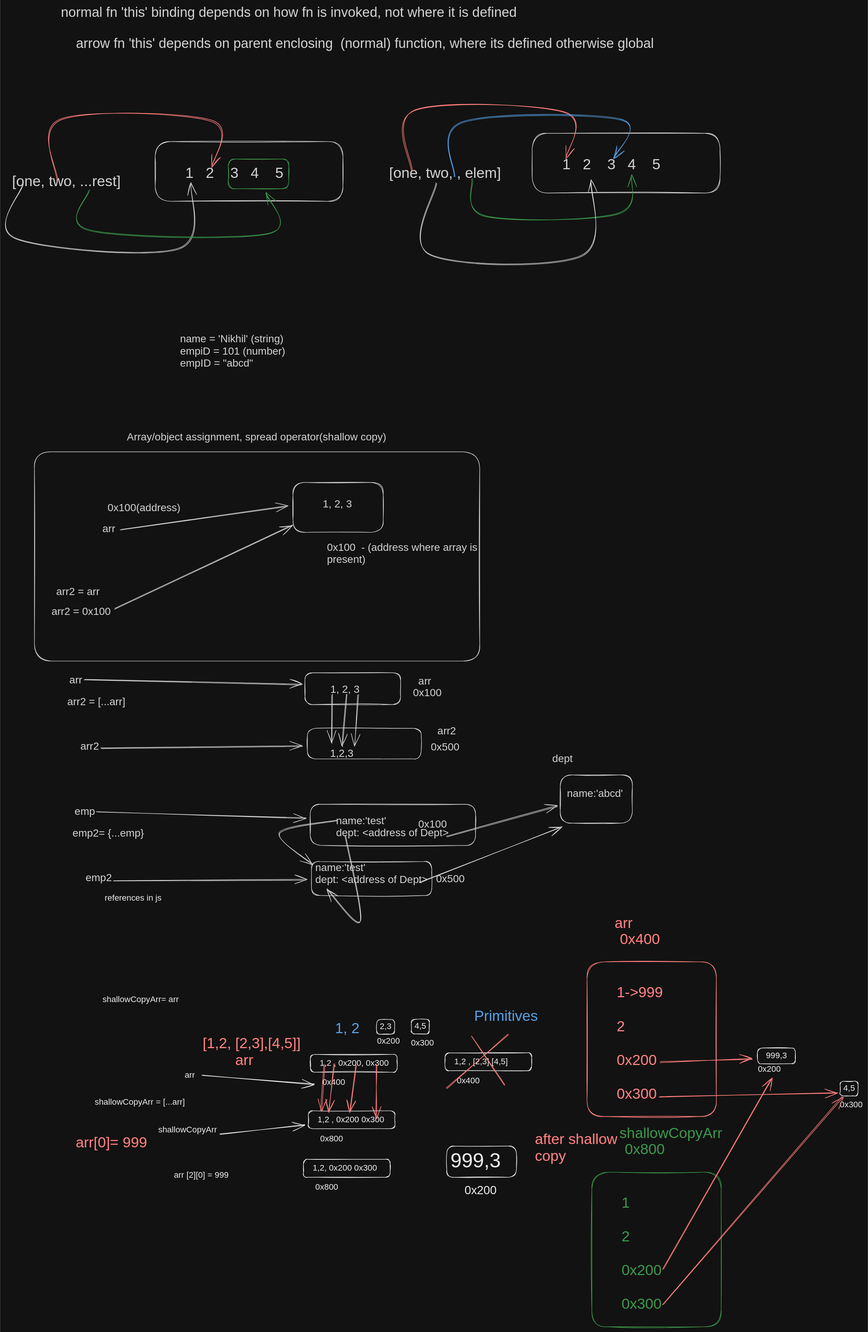
Before: notes/Day-6 refrences, shallow vs deep copy.svg, a diagram exported from Excalidraw (nikhilsharma2407/batch-65). Source tidied: one line per element, renumbered; positions are measured from the earlier drawing's top-left corner, leaving out a move shared by most shapes.
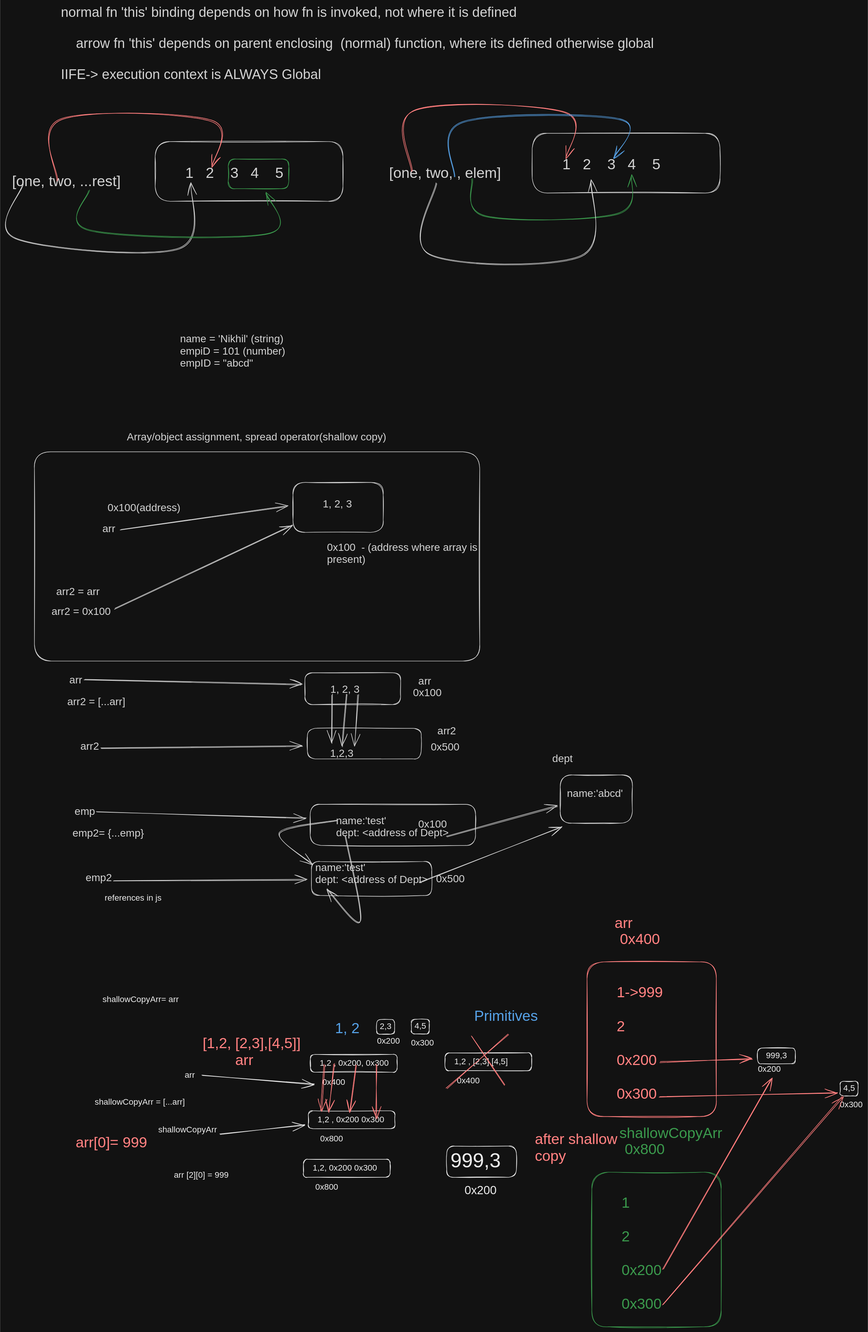
Later version of the same file.

Commit message:
binding in depth, Intro to ES6 classes, Implemeting cloneDeep and flatten nested array

What changed in the source:
```diff
@@ -114,6 +114,6 @@
 {"id": 113, "type": "arrow", "strokeColor": "#e03131", "strokeWidth": 1, "roughness": 1, "endArrowhead": "arrow", "round": true, "from": 108, "to": 29, "x": 1240, "y": 2479, "width": 343, "height": 398, "points": [[0, 0], [343, -398]]}
 {"id": 114, "type": "arrow", "strokeColor": "#e03131", "strokeWidth": 1, "roughness": 1, "endArrowhead": "arrow", "round": true, "to": 29, "x": 1234, "y": 2083, "width": 339, "height": 8, "points": [[0, 0], [339, -8]]}
 {"id": 115, "type": "text", "text": "after shallow\ncopy", "strokeColor": "#e03131", "strokeWidth": 1, "roughness": 1, "fontSize": 28, "fontFamily": 2, "x": 997, "y": 2149, "width": 157, "height": 64}
-{"id": 116, "type": "text", "text": "normal fn 'this' binding depends on how fn is invoked, not where it is defined\n\n    arrow fn 'this' depends on parent enclosing  (normal) function, where its defined otherwise global\n", "strokeColor": "#1e1e1e", "backgroundColor": "#ffffff", "fillStyle": "hachure", "strokeWidth": 1, "roughness": 1, "fontSize": 25.85, "fontFamily": 2, "x": 93, "y": 0, "width": 1131, "height": 119}
+{"id": 116, "type": "text", "text": "normal fn 'this' binding depends on how fn is invoked, not where it is defined\n\n    arrow fn 'this' depends on parent enclosing  (normal) function, where its defined otherwise global\n\nIIFE-> execution context is ALWAYS Global ", "strokeColor": "#1e1e1e", "backgroundColor": "#ffffff", "fillStyle": "hachure", "strokeWidth": 1, "roughness": 1, "fontSize": 25.85, "fontFamily": 2, "x": 93, "y": 0, "width": 1131, "height": 149}
 {"id": 117, "type": "text", "text": "arr", "strokeColor": "#1e1e1e", "strokeWidth": 1, "roughness": 1, "fontSize": 20, "fontFamily": 6, "x": 774, "y": 1277, "width": 25, "height": 25}
 {"id": 118, "type": "text", "text": "arr2", "strokeColor": "#1e1e1e", "strokeWidth": 1, "roughness": 1, "fontSize": 20, "fontFamily": 6, "x": 811, "y": 1372, "width": 37, "height": 25}
```
